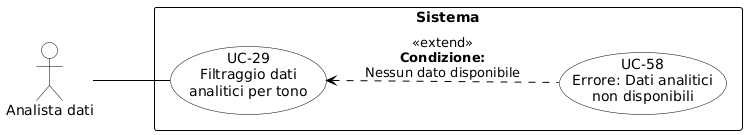
aLittleByte-19/Documentazione keeps this PlantUML diagram as RTB/Analisi dei Requisiti/diagrammi_use_case/UC-29.png. Above is the earlier version.
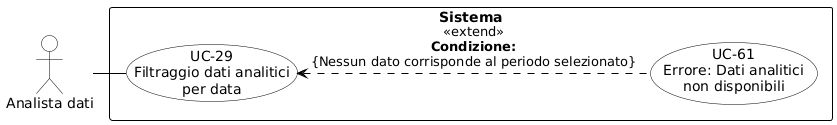
Later version of the same file.

The edit, as a diff of the source:
```diff
@@ -1,9 +1,8 @@
 @startuml
 skinparam shadowing false
 skinparam defaultFontName Arial
-left to right direction
 skinparam nodesep 25
-skinparam ranksep 75
+skinparam ranksep 40
 
 skinparam usecase {
     BackgroundColor white
@@ -19,14 +18,15 @@
     FontStyle bold
 }
 
-actor "Analista dati" as AD
+actor "Analista dati" as analista
 
 rectangle "Sistema" {
-    usecase "UC-29\nFiltraggio dati\nanalitici per tono" as UC29
-    usecase "UC-58\nErrore: Dati analitici\nnon disponibili" as UC58
+    usecase "UC-29\nFiltraggio dati analitici\nper data" as UC29
+    usecase "UC-61\nErrore: Dati analitici\nnon disponibili" as UC61
 
-    UC58 .up.> UC29 : <<extend>>\n**Condizione:**\nNessun dato disponibile
+
+    UC61 .left.> UC29 : «extend»\n<b>Condizione:</b>\n{Nessun dato corrisponde al periodo selezionato}
 }
 
-AD -- UC29
+UC29 -left- analista
 @enduml
```
